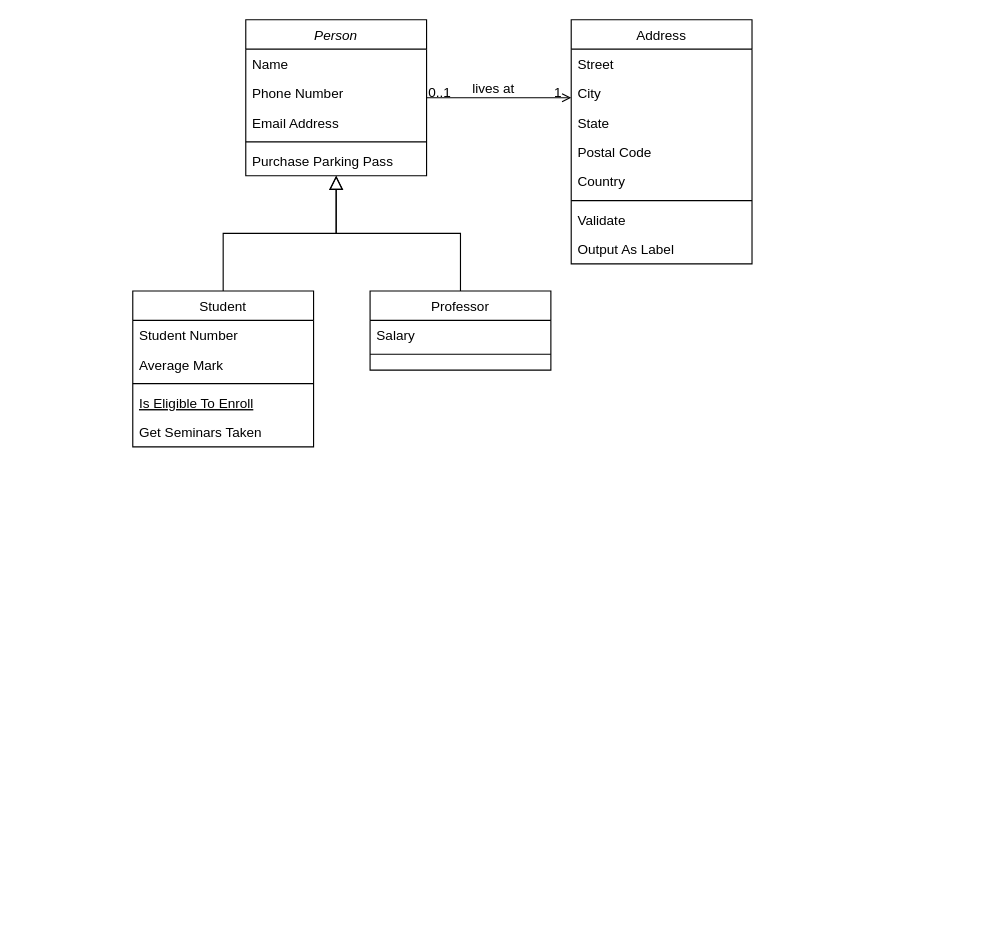
Before: Diagramme sans nom.drawio in tbenkadhi/First-Project, a draw.io diagram. Source tidied: cells renumbered, new cells numbered last; positions are measured from the earlier drawing's top-left corner, leaving out a move shared by most shapes. Both pictures are drawn from the tidied source at 113%, with x=0, y=0 at pixel (132, 19).
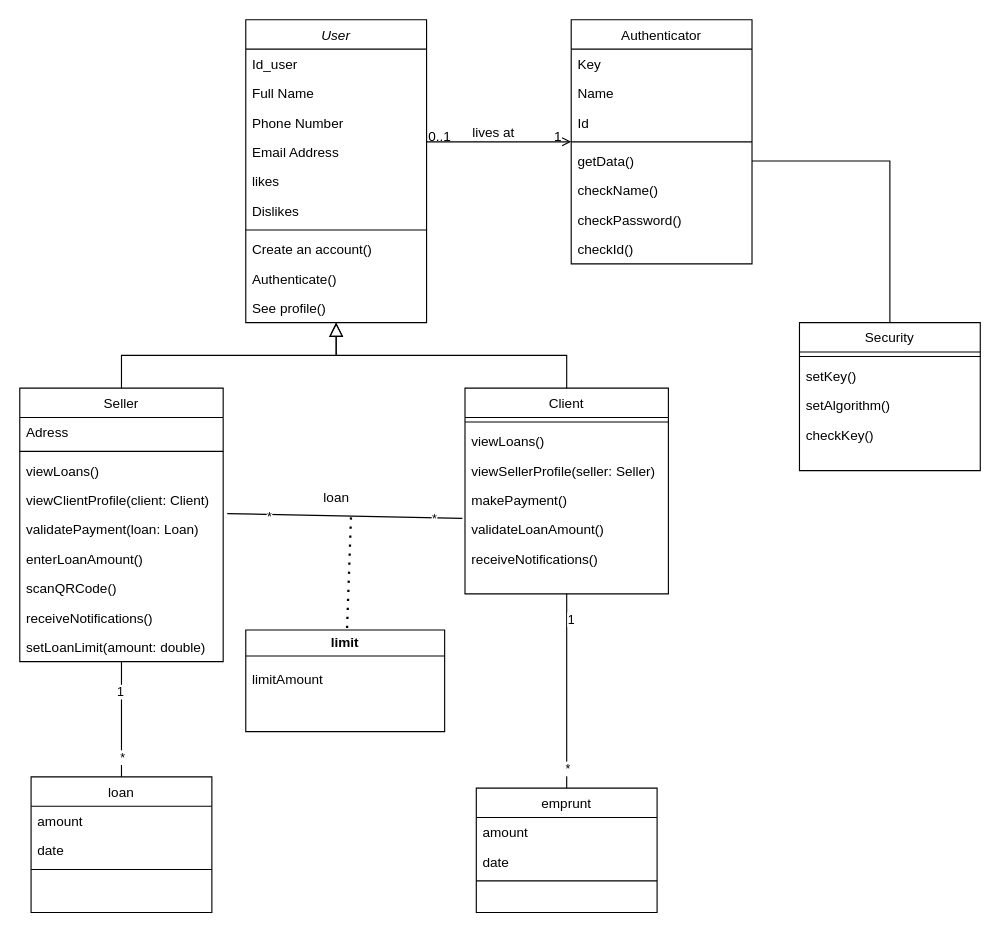
Above is the later version.

Commit message:
Mettre à jour Diagramme sans nom.drawio

What changed in the source:
```diff
@@
-    <mxCell id="2" value="Person" style="swimlane;fontStyle=2;align=center;verticalAlign=top;horizontal=1;startSize=26;rounded=0;shadow=0;strokeWidth=1;" parent="1" vertex="1">
-      <mxGeometry x="100" width="160" height="138" as="geometry" />
+    <mxCell id="2" value="User" style="swimlane;fontStyle=2;align=center;verticalAlign=top;horizontal=1;startSize=26;rounded=0;shadow=0;strokeWidth=1;" parent="1" vertex="1">
+      <mxGeometry x="100" width="160" height="268" as="geometry" />
     </mxCell>
-    <mxCell id="3" value="Name" style="text;align=left;verticalAlign=top;spacingLeft=4;spacingRight=4;overflow=hidden;" parent="2" vertex="1">
+    <mxCell id="3" value="Id_user" style="text;align=left;verticalAlign=top;spacingLeft=4;spacingRight=4;overflow=hidden;" parent="2" vertex="1">
       <mxGeometry y="26" width="160" height="26" as="geometry" />
     </mxCell>
+    <mxCell id="32" value="Full Name" style="text;align=left;verticalAlign=top;spacingLeft=4;spacingRight=4;overflow=hidden;" parent="2" vertex="1">
+      <mxGeometry y="52" width="160" height="26" as="geometry" />
+    </mxCell>
     <mxCell id="4" value="Phone Number" style="text;align=left;verticalAlign=top;spacingLeft=4;spacingRight=4;overflow=hidden;rounded=0;shadow=0;html=0;" parent="2" vertex="1">
-      <mxGeometry y="52" width="160" height="26" as="geometry" />
+      <mxGeometry y="78" width="160" height="26" as="geometry" />
     </mxCell>
     <mxCell id="5" value="Email Address" style="text;align=left;verticalAlign=top;spacingLeft=4;spacingRight=4;overflow=hidden;rounded=0;shadow=0;html=0;" parent="2" vertex="1">
-      <mxGeometry y="78" width="160" height="26" as="geometry" />
+      <mxGeometry y="104" width="160" height="26" as="geometry" />
     </mxCell>
+    <mxCell id="33" value="likes" style="text;align=left;verticalAlign=top;spacingLeft=4;spacingRight=4;overflow=hidden;rounded=0;shadow=0;html=0;" parent="2" vertex="1">
+      <mxGeometry y="130" width="160" height="26" as="geometry" />
+    </mxCell>
+    <mxCell id="34" value="Dislikes" style="text;align=left;verticalAlign=top;spacingLeft=4;spacingRight=4;overflow=hidden;rounded=0;shadow=0;html=0;" parent="2" vertex="1">
+      <mxGeometry y="156" width="160" height="26" as="geometry" />
+    </mxCell>
     <mxCell id="6" style="line;html=1;strokeWidth=1;align=left;verticalAlign=middle;spacingTop=-1;spacingLeft=3;spacingRight=3;labelPosition=right;" parent="2" vertex="1">
-      <mxGeometry y="104" width="160" height="8" as="geometry" />
+      <mxGeometry y="182" width="160" height="8" as="geometry" />
     </mxCell>
-    <mxCell id="7" value="Purchase Parking Pass" style="text;align=left;verticalAlign=top;spacingLeft=4;spacingRight=4;overflow=hidden;" parent="2" vertex="1">
-      <mxGeometry y="112" width="160" height="26" as="geometry" />
+    <mxCell id="7" value="Create an account()" style="text;align=left;verticalAlign=top;spacingLeft=4;spacingRight=4;overflow=hidden;" parent="2" vertex="1">
+      <mxGeometry y="190" width="160" height="26" as="geometry" />
     </mxCell>
+    <mxCell id="35" value="Authenticate()" style="text;align=left;verticalAlign=top;spacingLeft=4;spacingRight=4;overflow=hidden;" parent="2" vertex="1">
+      <mxGeometry y="216" width="160" height="26" as="geometry" />
+    </mxCell>
+    <mxCell id="36" value="See profile()" style="text;align=left;verticalAlign=top;spacingLeft=4;spacingRight=4;overflow=hidden;" parent="2" vertex="1">
+      <mxGeometry y="242" width="160" height="26" as="geometry" />
+    </mxCell>
+    <mxCell id="37" style="edgeStyle=orthogonalEdgeStyle;rounded=0;jettySize=auto;html=1;endArrow=none;endFill=0;" parent="1" edge="1" source="8" target="69">
+      <mxGeometry relative="1" as="geometry" />
+    </mxCell>
+    <mxCell id="38" value="*" style="edgeLabel;html=1;align=center;verticalAlign=middle;" parent="37" vertex="1">
+      <mxGeometry x="0.64" relative="1" as="geometry" />
+    </mxCell>
+    <mxCell id="39" value="1" style="edgeLabel;html=1;align=center;verticalAlign=middle;" parent="37" vertex="1">
+      <mxGeometry x="-0.49" y="-2" relative="1" as="geometry" />
+    </mxCell>
-    <mxCell id="8" value="Student" style="swimlane;fontStyle=0;align=center;verticalAlign=top;horizontal=1;startSize=26;rounded=0;shadow=0;strokeWidth=1;" parent="1" vertex="1">
-      <mxGeometry y="240" width="160" height="138" as="geometry" />
+    <mxCell id="8" value="Seller" style="swimlane;fontStyle=0;align=center;verticalAlign=top;horizontal=1;startSize=26;rounded=0;shadow=0;strokeWidth=1;" parent="1" vertex="1">
+      <mxGeometry x="-100" y="326" width="180" height="242" as="geometry" />
     </mxCell>
-    <mxCell id="9" value="Student Number" style="text;align=left;verticalAlign=top;spacingLeft=4;spacingRight=4;overflow=hidden;" parent="8" vertex="1">
-      <mxGeometry y="26" width="160" height="26" as="geometry" />
+    <mxCell id="9" value="Adress" style="text;align=left;verticalAlign=top;spacingLeft=4;spacingRight=4;overflow=hidden;" parent="8" vertex="1">
+      <mxGeometry y="26" width="180" height="26" as="geometry" />
     </mxCell>
-    <mxCell id="10" value="Average Mark" style="text;align=left;verticalAlign=top;spacingLeft=4;spacingRight=4;overflow=hidden;rounded=0;shadow=0;html=0;" parent="8" vertex="1">
-      <mxGeometry y="52" width="160" height="26" as="geometry" />
-    </mxCell>
     <mxCell id="11" style="line;html=1;strokeWidth=1;align=left;verticalAlign=middle;spacingTop=-1;spacingLeft=3;spacingRight=3;labelPosition=right;" parent="8" vertex="1">
-      <mxGeometry y="78" width="160" height="8" as="geometry" />
+      <mxGeometry y="52" width="180" height="8" as="geometry" />
     </mxCell>
-    <mxCell id="12" value="Is Eligible To Enroll" style="text;align=left;verticalAlign=top;spacingLeft=4;spacingRight=4;overflow=hidden;fontStyle=4;" parent="8" vertex="1">
-      <mxGeometry y="86" width="160" height="26" as="geometry" />
-    </mxCell>
-    <mxCell id="13" value="Get Seminars Taken" style="text;align=left;verticalAlign=top;spacingLeft=4;spacingRight=4;overflow=hidden;" parent="8" vertex="1">
-      <mxGeometry y="112" width="160" height="26" as="geometry" />
-    </mxCell>
+    <mxCell id="40" value="viewLoans()" style="text;align=left;verticalAlign=top;spacingLeft=4;spacingRight=4;overflow=hidden;" parent="8" vertex="1">
+      <mxGeometry y="60" width="180" height="26" as="geometry" />
+    </mxCell>
+    <mxCell id="41" value="viewClientProfile(client: Client)" style="text;align=left;verticalAlign=top;spacingLeft=4;spacingRight=4;overflow=hidden;" parent="8" vertex="1">
+      <mxGeometry y="86" width="180" height="26" as="geometry" />
+    </mxCell>
+    <mxCell id="42" value="validatePayment(loan: Loan)" style="text;align=left;verticalAlign=top;spacingLeft=4;spacingRight=4;overflow=hidden;points=[[0,0.5],[1,0.5]];portConstraint=eastwest;" parent="8" vertex="1">
+      <mxGeometry y="112" width="180" height="26" as="geometry" />
+    </mxCell>
+    <mxCell id="43" value="enterLoanAmount()" style="text;align=left;verticalAlign=top;spacingLeft=4;spacingRight=4;overflow=hidden;" parent="8" vertex="1">
+      <mxGeometry y="138" width="180" height="26" as="geometry" />
+    </mxCell>
+    <mxCell id="44" value="scanQRCode()" style="text;align=left;verticalAlign=top;spacingLeft=4;spacingRight=4;overflow=hidden;" parent="8" vertex="1">
+      <mxGeometry y="164" width="180" height="26" as="geometry" />
+    </mxCell>
+    <mxCell id="45" value="receiveNotifications()" style="text;align=left;verticalAlign=top;spacingLeft=4;spacingRight=4;overflow=hidden;" parent="8" vertex="1">
+      <mxGeometry y="190" width="180" height="26" as="geometry" />
+    </mxCell>
+    <mxCell id="46" value="setLoanLimit(amount: double)" style="text;align=left;verticalAlign=top;spacingLeft=4;spacingRight=4;overflow=hidden;" parent="8" vertex="1">
+      <mxGeometry y="216" width="180" height="26" as="geometry" />
+    </mxCell>
@@
+    <mxCell id="47" style="edgeStyle=orthogonalEdgeStyle;rounded=0;jettySize=auto;html=1;entryX=0.5;entryY=0;entryDx=0;entryDy=0;endArrow=none;endFill=0;" parent="1" edge="1" source="15" target="73">
+      <mxGeometry relative="1" as="geometry" />
+    </mxCell>
+    <mxCell id="48" value="1" style="edgeLabel;html=1;align=center;verticalAlign=middle;" parent="47" vertex="1">
+      <mxGeometry x="-0.75" y="3" relative="1" as="geometry" />
+    </mxCell>
+    <mxCell id="49" value="*" style="edgeLabel;html=1;align=center;verticalAlign=middle;" parent="47" vertex="1">
+      <mxGeometry x="0.79" relative="1" as="geometry" />
+    </mxCell>
-    <mxCell id="15" value="Professor" style="swimlane;fontStyle=0;align=center;verticalAlign=top;horizontal=1;startSize=26;rounded=0;shadow=0;strokeWidth=1;" parent="1" vertex="1">
-      <mxGeometry x="210" y="240" width="160" height="70" as="geometry" />
+    <mxCell id="15" value="Client" style="swimlane;fontStyle=0;align=center;verticalAlign=top;horizontal=1;startSize=26;rounded=0;shadow=0;strokeWidth=1;" parent="1" vertex="1">
+      <mxGeometry x="294" y="326" width="180" height="182" as="geometry" />
     </mxCell>
-    <mxCell id="16" value="Salary" style="text;align=left;verticalAlign=top;spacingLeft=4;spacingRight=4;overflow=hidden;" parent="15" vertex="1">
-      <mxGeometry y="26" width="160" height="26" as="geometry" />
-    </mxCell>
-    <mxCell id="17" style="line;html=1;strokeWidth=1;align=left;verticalAlign=middle;spacingTop=-1;spacingLeft=3;spacingRight=3;labelPosition=right;" parent="15" vertex="1">
-      <mxGeometry y="52" width="160" height="8" as="geometry" />
-    </mxCell>
+    <mxCell id="50" style="line;html=1;strokeWidth=1;align=left;verticalAlign=middle;spacingTop=-1;spacingLeft=3;spacingRight=3;labelPosition=right;" parent="15" vertex="1">
+      <mxGeometry y="26" width="180" height="8" as="geometry" />
+    </mxCell>
+    <mxCell id="51" value="viewLoans()" style="text;align=left;verticalAlign=top;spacingLeft=4;spacingRight=4;overflow=hidden;" parent="15" vertex="1">
+      <mxGeometry y="34" width="180" height="26" as="geometry" />
+    </mxCell>
+    <mxCell id="52" value="viewSellerProfile(seller: Seller)" style="text;align=left;verticalAlign=top;spacingLeft=4;spacingRight=4;overflow=hidden;" parent="15" vertex="1">
+      <mxGeometry y="60" width="180" height="26" as="geometry" />
+    </mxCell>
+    <mxCell id="53" value="makePayment()" style="text;align=left;verticalAlign=top;spacingLeft=4;spacingRight=4;overflow=hidden;" parent="15" vertex="1">
+      <mxGeometry y="86" width="180" height="26" as="geometry" />
+    </mxCell>
+    <mxCell id="54" value="validateLoanAmount()" style="text;align=left;verticalAlign=top;spacingLeft=4;spacingRight=4;overflow=hidden;points=[[0,0.5],[1,0.5]];portConstraint=eastwest;" parent="15" vertex="1">
+      <mxGeometry y="112" width="180" height="26" as="geometry" />
+    </mxCell>
+    <mxCell id="55" value="receiveNotifications()" style="text;align=left;verticalAlign=top;spacingLeft=4;spacingRight=4;overflow=hidden;" parent="15" vertex="1">
+      <mxGeometry y="138" width="180" height="26" as="geometry" />
+    </mxCell>
@@
-    <mxCell id="19" value="Address" style="swimlane;fontStyle=0;align=center;verticalAlign=top;horizontal=1;startSize=26;rounded=0;shadow=0;strokeWidth=1;" parent="1" vertex="1">
+    <mxCell id="19" value="Authenticator" style="swimlane;fontStyle=0;align=center;verticalAlign=top;horizontal=1;startSize=26;rounded=0;shadow=0;strokeWidth=1;" parent="1" vertex="1">
       <mxGeometry x="388" width="160" height="216" as="geometry" />
     </mxCell>
-    <mxCell id="20" value="Street" style="text;align=left;verticalAlign=top;spacingLeft=4;spacingRight=4;overflow=hidden;" parent="19" vertex="1">
+    <mxCell id="20" value="Key" style="text;align=left;verticalAlign=top;spacingLeft=4;spacingRight=4;overflow=hidden;" parent="19" vertex="1">
       <mxGeometry y="26" width="160" height="26" as="geometry" />
     </mxCell>
-    <mxCell id="21" value="City" style="text;align=left;verticalAlign=top;spacingLeft=4;spacingRight=4;overflow=hidden;rounded=0;shadow=0;html=0;" parent="19" vertex="1">
+    <mxCell id="21" value="Name" style="text;align=left;verticalAlign=top;spacingLeft=4;spacingRight=4;overflow=hidden;rounded=0;shadow=0;html=0;" parent="19" vertex="1">
       <mxGeometry y="52" width="160" height="26" as="geometry" />
     </mxCell>
-    <mxCell id="22" value="State" style="text;align=left;verticalAlign=top;spacingLeft=4;spacingRight=4;overflow=hidden;rounded=0;shadow=0;html=0;" parent="19" vertex="1">
+    <mxCell id="22" value="Id" style="text;align=left;verticalAlign=top;spacingLeft=4;spacingRight=4;overflow=hidden;rounded=0;shadow=0;html=0;" parent="19" vertex="1">
       <mxGeometry y="78" width="160" height="26" as="geometry" />
     </mxCell>
+    <mxCell id="25" style="line;html=1;strokeWidth=1;align=left;verticalAlign=middle;spacingTop=-1;spacingLeft=3;spacingRight=3;labelPosition=right;" parent="19" vertex="1">
+      <mxGeometry y="104" width="160" height="8" as="geometry" />
+    </mxCell>
-    <mxCell id="23" value="Postal Code" style="text;align=left;verticalAlign=top;spacingLeft=4;spacingRight=4;overflow=hidden;points=[[0,0.5],[1,0.5]];portConstraint=eastwest;rounded=0;shadow=0;html=0;" parent="19" vertex="1">
-      <mxGeometry y="104" width="160" height="26" as="geometry" />
+    <mxCell id="23" value="getData()" style="text;align=left;verticalAlign=top;spacingLeft=4;spacingRight=4;overflow=hidden;points=[[0,0.5],[1,0.5]];portConstraint=eastwest;rounded=0;shadow=0;html=0;" parent="19" vertex="1">
+      <mxGeometry y="112" width="160" height="26" as="geometry" />
     </mxCell>
-    <mxCell id="24" value="Country" style="text;align=left;verticalAlign=top;spacingLeft=4;spacingRight=4;overflow=hidden;rounded=0;shadow=0;html=0;" parent="19" vertex="1">
-      <mxGeometry y="130" width="160" height="26" as="geometry" />
+    <mxCell id="24" value="checkName()" style="text;align=left;verticalAlign=top;spacingLeft=4;spacingRight=4;overflow=hidden;rounded=0;shadow=0;html=0;" parent="19" vertex="1">
+      <mxGeometry y="138" width="160" height="26" as="geometry" />
     </mxCell>
-    <mxCell id="25" style="line;html=1;strokeWidth=1;align=left;verticalAlign=middle;spacingTop=-1;spacingLeft=3;spacingRight=3;labelPosition=right;" parent="19" vertex="1">
-      <mxGeometry y="156" width="160" height="8" as="geometry" />
-    </mxCell>
-    <mxCell id="26" value="Validate" style="text;align=left;verticalAlign=top;spacingLeft=4;spacingRight=4;overflow=hidden;" parent="19" vertex="1">
+    <mxCell id="26" value="checkPassword()" style="text;align=left;verticalAlign=top;spacingLeft=4;spacingRight=4;overflow=hidden;" parent="19" vertex="1">
       <mxGeometry y="164" width="160" height="26" as="geometry" />
     </mxCell>
-    <mxCell id="27" value="Output As Label" style="text;align=left;verticalAlign=top;spacingLeft=4;spacingRight=4;overflow=hidden;" parent="19" vertex="1">
+    <mxCell id="27" value="checkId()" style="text;align=left;verticalAlign=top;spacingLeft=4;spacingRight=4;overflow=hidden;" parent="19" vertex="1">
       <mxGeometry y="190" width="160" height="26" as="geometry" />
     </mxCell>
@@
+    <mxCell id="56" style="endArrow=none;html=1;rounded=0;exitX=1.02;exitY=-0.038;exitDx=0;exitDy=0;exitPerimeter=0;entryX=-0.013;entryY=0.123;entryDx=0;entryDy=0;entryPerimeter=0;" parent="1" edge="1" source="42" target="54">
+      <mxGeometry relative="1" as="geometry" />
+    </mxCell>
+    <mxCell id="57" value="*" style="edgeLabel;html=1;align=center;verticalAlign=middle;" parent="56" vertex="1">
+      <mxGeometry x="-0.64" y="-2" relative="1" as="geometry" />
+    </mxCell>
+    <mxCell id="58" value="*" style="edgeLabel;html=1;align=center;verticalAlign=middle;" parent="56" vertex="1">
+      <mxGeometry x="0.76" y="-1" relative="1" as="geometry" />
+    </mxCell>
+    <mxCell id="59" value="loan" style="text;html=1;align=center;verticalAlign=middle;points=[];strokeColor=none;fillColor=none;" parent="1" vertex="1">
+      <mxGeometry x="155" y="408" width="50" height="30" as="geometry" />
+    </mxCell>
+    <mxCell id="60" style="endArrow=none;dashed=1;html=1;dashPattern=1 3;strokeWidth=2;rounded=0;exitX=0.762;exitY=1.079;exitDx=0;exitDy=0;exitPerimeter=0;" parent="1" edge="1" source="59" target="61">
+      <mxGeometry relative="1" as="geometry" />
+    </mxCell>
+    <mxCell id="61" value="limit" style="swimlane;whiteSpace=wrap;html=1;" parent="1" vertex="1">
+      <mxGeometry x="100" y="540" width="176" height="90" as="geometry" />
+    </mxCell>
+    <mxCell id="62" value="limitAmount" style="text;align=left;verticalAlign=top;spacingLeft=4;spacingRight=4;overflow=hidden;" parent="61" vertex="1">
+      <mxGeometry y="30" width="200" height="26" as="geometry" />
+    </mxCell>
+    <mxCell id="63" value="Security" style="swimlane;fontStyle=0;align=center;verticalAlign=top;horizontal=1;startSize=26;rounded=0;shadow=0;strokeWidth=1;" parent="1" vertex="1">
+      <mxGeometry x="590" y="268" width="160" height="131" as="geometry" />
+    </mxCell>
+    <mxCell id="64" style="line;html=1;strokeWidth=1;align=left;verticalAlign=middle;spacingTop=-1;spacingLeft=3;spacingRight=3;labelPosition=right;" parent="63" vertex="1">
+      <mxGeometry y="26" width="160" height="8" as="geometry" />
+    </mxCell>
+    <mxCell id="65" value="setKey()" style="text;align=left;verticalAlign=top;spacingLeft=4;spacingRight=4;overflow=hidden;rounded=0;shadow=0;html=0;" parent="63" vertex="1">
+      <mxGeometry y="34" width="160" height="26" as="geometry" />
+    </mxCell>
+    <mxCell id="66" value="setAlgorithm()" style="text;align=left;verticalAlign=top;spacingLeft=4;spacingRight=4;overflow=hidden;rounded=0;shadow=0;html=0;" parent="63" vertex="1">
+      <mxGeometry y="60" width="160" height="26" as="geometry" />
+    </mxCell>
+    <mxCell id="67" value="checkKey()" style="text;align=left;verticalAlign=top;spacingLeft=4;spacingRight=4;overflow=hidden;" parent="63" vertex="1">
+      <mxGeometry y="86" width="160" height="26" as="geometry" />
+    </mxCell>
+    <mxCell id="68" style="edgeStyle=orthogonalEdgeStyle;rounded=0;jettySize=auto;html=1;exitX=1;exitY=0.5;exitDx=0;exitDy=0;entryX=0.5;entryY=0;entryDx=0;entryDy=0;endArrow=none;endFill=0;" parent="1" edge="1" source="23" target="63">
+      <mxGeometry relative="1" as="geometry" />
+    </mxCell>
+    <mxCell id="69" value="loan" style="swimlane;fontStyle=0;align=center;verticalAlign=top;horizontal=1;startSize=26;rounded=0;shadow=0;strokeWidth=1;" parent="1" vertex="1">
+      <mxGeometry x="-90" y="670" width="160" height="120" as="geometry" />
+    </mxCell>
+    <mxCell id="70" value="amount" style="text;align=left;verticalAlign=top;spacingLeft=4;spacingRight=4;overflow=hidden;" parent="69" vertex="1">
+      <mxGeometry y="26" width="160" height="26" as="geometry" />
+    </mxCell>
+    <mxCell id="71" value="date" style="text;align=left;verticalAlign=top;spacingLeft=4;spacingRight=4;overflow=hidden;rounded=0;shadow=0;html=0;" parent="69" vertex="1">
+      <mxGeometry y="52" width="160" height="26" as="geometry" />
+    </mxCell>
+    <mxCell id="72" style="line;html=1;strokeWidth=1;align=left;verticalAlign=middle;spacingTop=-1;spacingLeft=3;spacingRight=3;labelPosition=right;" parent="69" vertex="1">
+      <mxGeometry y="78" width="160" height="8" as="geometry" />
+    </mxCell>
+    <mxCell id="73" value="emprunt" style="swimlane;fontStyle=0;align=center;verticalAlign=top;horizontal=1;startSize=26;rounded=0;shadow=0;strokeWidth=1;" parent="1" vertex="1">
+      <mxGeometry x="304" y="680" width="160" height="110" as="geometry" />
+    </mxCell>
+    <mxCell id="74" value="amount" style="text;align=left;verticalAlign=top;spacingLeft=4;spacingRight=4;overflow=hidden;" parent="73" vertex="1">
+      <mxGeometry y="26" width="160" height="26" as="geometry" />
+    </mxCell>
+    <mxCell id="75" value="date" style="text;align=left;verticalAlign=top;spacingLeft=4;spacingRight=4;overflow=hidden;rounded=0;shadow=0;html=0;" parent="73" vertex="1">
+      <mxGeometry y="52" width="160" height="26" as="geometry" />
+    </mxCell>
+    <mxCell id="76" style="line;html=1;strokeWidth=1;align=left;verticalAlign=middle;spacingTop=-1;spacingLeft=3;spacingRight=3;labelPosition=right;" parent="73" vertex="1">
+      <mxGeometry y="78" width="160" height="8" as="geometry" />
+    </mxCell>
```
